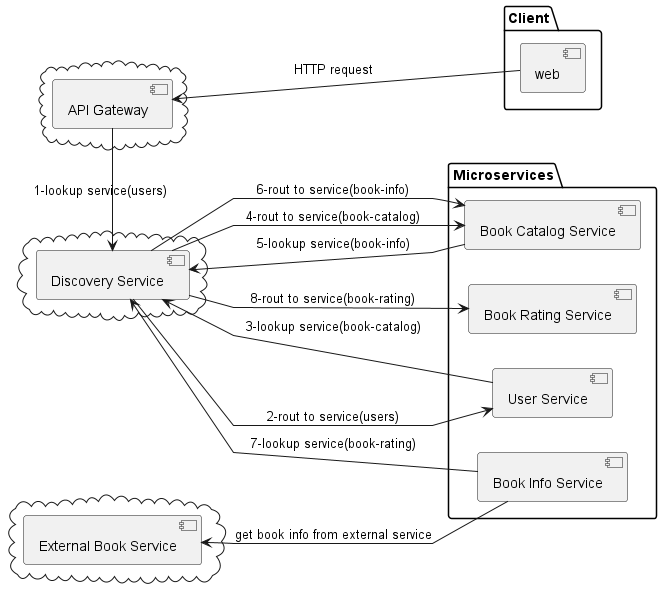
Before: architecture-diagram.png, a diagram exported from PlantUML (ahmedyoussof/book-review-microservice). Its diagram source:
```plantuml
@startuml
left to right direction
skinparam linetype polyline

package "Client" as Client {
    [web]
}

cloud {
    [Discovery Service]
}

cloud {
    [API Gateway]
}

package "Microservices" as Microservices {
    [User Service]
    [Book Catalog Service]
    [Book Info Service]
    [Book Rating Service]
}

cloud {
    [External Book Service]
}

web -u-> [API Gateway] : HTTP request
[API Gateway] -l-> [Discovery Service] : 1-lookup service(users)
[Discovery Service] -d-> [User Service] : 2-rout to service(users)
[User Service] -u-> [Discovery Service] : 3-lookup service(book-catalog)
[Discovery Service] -d-> [Book Catalog Service] : 4-rout to service(book-catalog)
[Book Catalog Service] -u-> [Discovery Service] : 5-lookup service(book-info)
[Discovery Service] -d-> [Book Catalog Service] : 6-rout to service(book-info)
[Book Info Service] -u-> [External Book Service] : get book info from external service
[Book Info Service] -u-> [Discovery Service] : 7-lookup service(book-rating)
[Discovery Service] -d-> [Book Rating Service] : 8-rout to service(book-rating)


@enduml
```
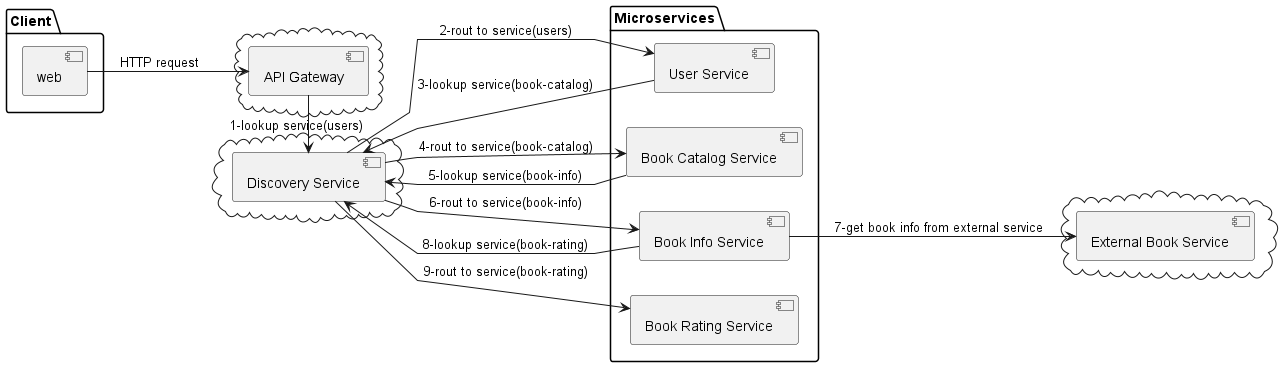
Later version of the same file.

Diff of the diagram source:
```diff
@@ -25,16 +25,16 @@
     [External Book Service]
 }
 
-web -u-> [API Gateway] : HTTP request
+web -d-> [API Gateway] : HTTP request
 [API Gateway] -l-> [Discovery Service] : 1-lookup service(users)
 [Discovery Service] -d-> [User Service] : 2-rout to service(users)
 [User Service] -u-> [Discovery Service] : 3-lookup service(book-catalog)
 [Discovery Service] -d-> [Book Catalog Service] : 4-rout to service(book-catalog)
 [Book Catalog Service] -u-> [Discovery Service] : 5-lookup service(book-info)
-[Discovery Service] -d-> [Book Catalog Service] : 6-rout to service(book-info)
-[Book Info Service] -u-> [External Book Service] : get book info from external service
-[Book Info Service] -u-> [Discovery Service] : 7-lookup service(book-rating)
-[Discovery Service] -d-> [Book Rating Service] : 8-rout to service(book-rating)
+[Discovery Service] --> [Book Info Service] : 6-rout to service(book-info)
+[Book Info Service] --> [External Book Service] : 7-get book info from external service
+[Book Info Service] -u-> [Discovery Service] : 8-lookup service(book-rating)
+[Discovery Service] -d-> [Book Rating Service] : 9-rout to service(book-rating)
 
 
 @enduml
```
